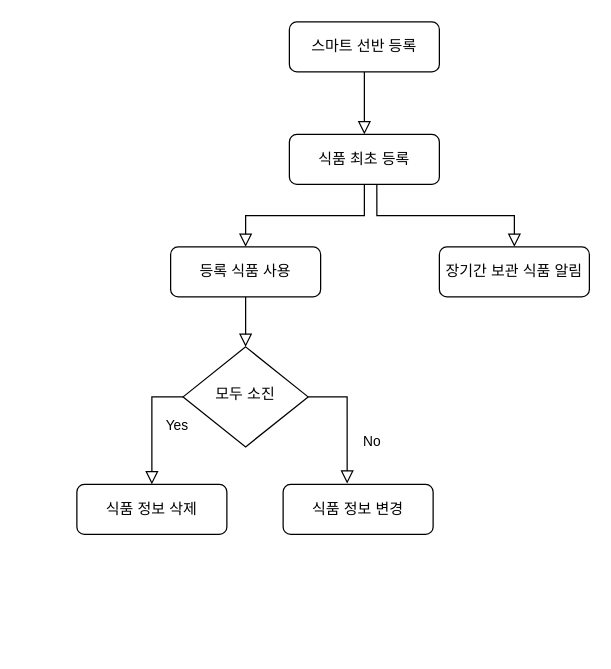
Earlier version of the draw.io diagram 제목 없는 다이어그램.drawio (coin-cidence/FT_ieland_Introduce). Source tidied: cells renumbered, new cells numbered last; positions are measured from the earlier drawing's top-left corner, leaving out a move shared by most shapes. Both pictures are drawn from the tidied source at 125%, with x=0, y=0 at pixel (76, 21).
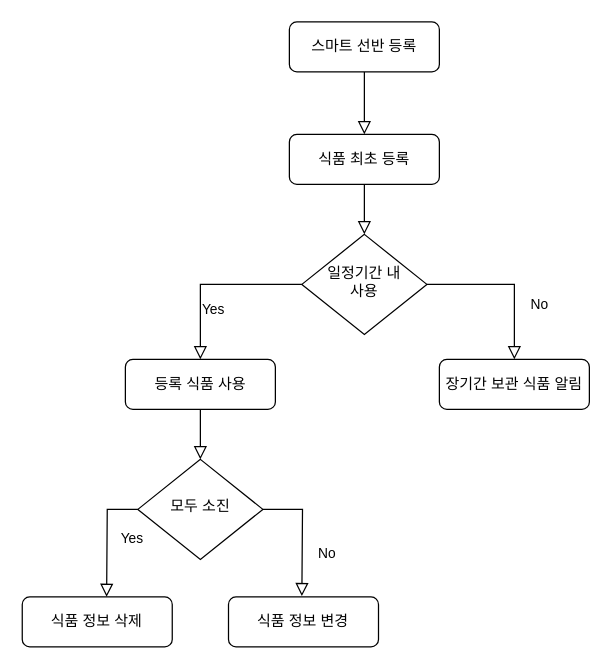
Above is the later version.

Commit message:
서비스정의플로우.drawio 업데이트

The edit, as a diff of the source:
```diff
@@
 <mxGraphModel>
   <root>
     <mxCell id="0" />
     <mxCell id="1" parent="0" />
     <mxCell id="2" style="rounded=0;html=1;jettySize=auto;fontSize=11;endArrow=block;endFill=0;endSize=8;strokeWidth=1;shadow=0;labelBackgroundColor=none;edgeStyle=orthogonalEdgeStyle;entryX=0.5;entryY=0;entryDx=0;entryDy=0;" parent="1" edge="1" source="3" target="11">
       <mxGeometry relative="1" as="geometry" />
     </mxCell>
     <mxCell id="3" value="스마트 선반 등록" style="rounded=1;whiteSpace=wrap;html=1;fontSize=12;glass=0;strokeWidth=1;shadow=0;" parent="1" vertex="1">
       <mxGeometry x="170" width="120" height="40" as="geometry" />
     </mxCell>
-    <mxCell id="4" value="Yes" style="rounded=0;html=1;jettySize=auto;fontSize=11;endArrow=block;endFill=0;endSize=8;strokeWidth=1;shadow=0;labelBackgroundColor=none;edgeStyle=orthogonalEdgeStyle;entryX=0.5;entryY=0;entryDx=0;entryDy=0;exitX=0;exitY=0.5;exitDx=0;exitDy=0;" parent="1" edge="1" source="8" target="10">
-      <mxGeometry y="20" relative="1" as="geometry" />
+    <mxCell id="4" value="Yes" style="rounded=0;html=1;jettySize=auto;fontSize=11;endArrow=block;endFill=0;endSize=8;strokeWidth=1;shadow=0;labelBackgroundColor=none;edgeStyle=orthogonalEdgeStyle;entryX=0.5;entryY=0;entryDx=0;entryDy=0;exitX=0;exitY=0.5;exitDx=0;exitDy=0;" parent="1" edge="1" source="8">
+      <mxGeometry y="20" relative="1" as="geometry">
+        <mxPoint x="23.8" y="460" as="targetPoint" />
+      </mxGeometry>
     </mxCell>
-    <mxCell id="5" style="edgeStyle=orthogonalEdgeStyle;rounded=0;html=1;jettySize=auto;fontSize=11;endArrow=block;endFill=0;endSize=8;strokeWidth=1;shadow=0;labelBackgroundColor=none;exitX=0.5;exitY=1;exitDx=0;exitDy=0;entryX=0.5;entryY=0;entryDx=0;entryDy=0;" parent="1" edge="1" source="11" target="6">
-      <mxGeometry y="10" relative="1" as="geometry" />
-    </mxCell>
     <mxCell id="6" value="등록 식품 사용" style="rounded=1;whiteSpace=wrap;html=1;fontSize=12;glass=0;strokeWidth=1;shadow=0;" parent="1" vertex="1">
-      <mxGeometry x="75" y="180" width="120" height="40" as="geometry" />
+      <mxGeometry x="38.8" y="270" width="120" height="40" as="geometry" />
     </mxCell>
-    <mxCell id="7" value="No" style="rounded=0;html=1;jettySize=auto;fontSize=11;endArrow=block;endFill=0;endSize=8;strokeWidth=1;shadow=0;labelBackgroundColor=none;edgeStyle=orthogonalEdgeStyle;entryX=0.427;entryY=-0.015;entryDx=0;entryDy=0;entryPerimeter=0;exitX=1;exitY=0.5;exitDx=0;exitDy=0;" parent="1" edge="1" source="8" target="12">
-      <mxGeometry x="0.33" y="20" relative="1" as="geometry" />
+    <mxCell id="7" value="No" style="rounded=0;html=1;jettySize=auto;fontSize=11;endArrow=block;endFill=0;endSize=8;strokeWidth=1;shadow=0;labelBackgroundColor=none;edgeStyle=orthogonalEdgeStyle;entryX=0.427;entryY=-0.015;entryDx=0;entryDy=0;entryPerimeter=0;exitX=1;exitY=0.5;exitDx=0;exitDy=0;" parent="1" edge="1" source="8">
+      <mxGeometry x="0.33" y="20" relative="1" as="geometry">
+        <mxPoint x="180" y="459.4" as="targetPoint" />
+      </mxGeometry>
     </mxCell>
     <mxCell id="8" value="모두 소진" style="rhombus;whiteSpace=wrap;html=1;shadow=0;fontFamily=Helvetica;fontSize=12;align=center;strokeWidth=1;spacing=6;spacingTop=-4;" parent="1" vertex="1">
-      <mxGeometry x="85" y="260" width="100" height="80" as="geometry" />
+      <mxGeometry x="48.8" y="350" width="100" height="80" as="geometry" />
     </mxCell>
     <mxCell id="9" value="장기간 보관 식품 알림" style="rounded=1;whiteSpace=wrap;html=1;fontSize=12;glass=0;strokeWidth=1;shadow=0;" parent="1" vertex="1">
-      <mxGeometry x="290" y="180" width="120" height="40" as="geometry" />
+      <mxGeometry x="290" y="270" width="120" height="40" as="geometry" />
     </mxCell>
     <mxCell id="10" value="식품 정보 삭제" style="rounded=1;whiteSpace=wrap;html=1;fontSize=12;glass=0;strokeWidth=1;shadow=0;" parent="1" vertex="1">
-      <mxGeometry y="370" width="120" height="40" as="geometry" />
+      <mxGeometry x="-43.7" y="460" width="120" height="40" as="geometry" />
     </mxCell>
     <mxCell id="11" value="식품 최초 등록" style="rounded=1;whiteSpace=wrap;html=1;fontSize=12;glass=0;strokeWidth=1;shadow=0;" parent="1" vertex="1">
       <mxGeometry x="170" y="90" width="120" height="40" as="geometry" />
     </mxCell>
     <mxCell id="12" value="식품 정보 변경" style="rounded=1;whiteSpace=wrap;html=1;fontSize=12;glass=0;strokeWidth=1;shadow=0;" parent="1" vertex="1">
-      <mxGeometry x="165" y="370" width="120" height="40" as="geometry" />
+      <mxGeometry x="121.3" y="460" width="120" height="40" as="geometry" />
     </mxCell>
     <mxCell id="13" style="edgeStyle=orthogonalEdgeStyle;rounded=0;html=1;jettySize=auto;fontSize=11;endArrow=block;endFill=0;endSize=8;strokeWidth=1;shadow=0;labelBackgroundColor=none;exitX=0.5;exitY=1;exitDx=0;exitDy=0;entryX=0.5;entryY=0;entryDx=0;entryDy=0;" parent="1" edge="1" source="6" target="8">
       <mxGeometry y="10" relative="1" as="geometry" />
     </mxCell>
-    <mxCell id="14" style="edgeStyle=orthogonalEdgeStyle;rounded=0;html=1;jettySize=auto;fontSize=11;endArrow=block;endFill=0;endSize=8;strokeWidth=1;shadow=0;labelBackgroundColor=none;exitX=0.583;exitY=1;exitDx=0;exitDy=0;entryX=0.5;entryY=0;entryDx=0;entryDy=0;exitPerimeter=0;" parent="1" edge="1" source="11" target="9">
-      <mxGeometry y="10" relative="1" as="geometry" />
-    </mxCell>
+    <mxCell id="15" value="Yes" style="rounded=0;html=1;jettySize=auto;fontSize=11;endArrow=block;endFill=0;endSize=8;strokeWidth=1;shadow=0;labelBackgroundColor=none;edgeStyle=orthogonalEdgeStyle;exitX=0;exitY=0.5;exitDx=0;exitDy=0;entryX=0.5;entryY=0;entryDx=0;entryDy=0;" parent="1" edge="1" source="17" target="6">
+      <mxGeometry y="20" relative="1" as="geometry">
+        <Array as="points">
+          <mxPoint x="99" y="210" />
+        </Array>
+      </mxGeometry>
+    </mxCell>
+    <mxCell id="16" value="No" style="rounded=0;html=1;jettySize=auto;fontSize=11;endArrow=block;endFill=0;endSize=8;strokeWidth=1;shadow=0;labelBackgroundColor=none;edgeStyle=orthogonalEdgeStyle;entryX=0.5;entryY=0;entryDx=0;entryDy=0;exitX=1;exitY=0.5;exitDx=0;exitDy=0;" parent="1" edge="1" source="17" target="9">
+      <mxGeometry x="0.33" y="20" relative="1" as="geometry" />
+    </mxCell>
+    <mxCell id="17" value="일정기간&amp;nbsp;&lt;span style=&quot;background-color: initial;&quot;&gt;내&lt;/span&gt;&lt;div&gt;&lt;span style=&quot;background-color: initial;&quot;&gt;사용&lt;/span&gt;&lt;/div&gt;" style="rhombus;whiteSpace=wrap;html=1;shadow=0;fontFamily=Helvetica;fontSize=12;align=center;strokeWidth=1;spacing=6;spacingTop=-4;" parent="1" vertex="1">
+      <mxGeometry x="180" y="170" width="100" height="80" as="geometry" />
+    </mxCell>
+    <mxCell id="18" style="rounded=0;html=1;jettySize=auto;fontSize=11;endArrow=block;endFill=0;endSize=8;strokeWidth=1;shadow=0;labelBackgroundColor=none;edgeStyle=orthogonalEdgeStyle;entryX=0.5;entryY=0;entryDx=0;entryDy=0;exitX=0.5;exitY=1;exitDx=0;exitDy=0;" parent="1" edge="1" source="11" target="17">
+      <mxGeometry relative="1" as="geometry" />
+    </mxCell>
   </root>
 </mxGraphModel>
```
